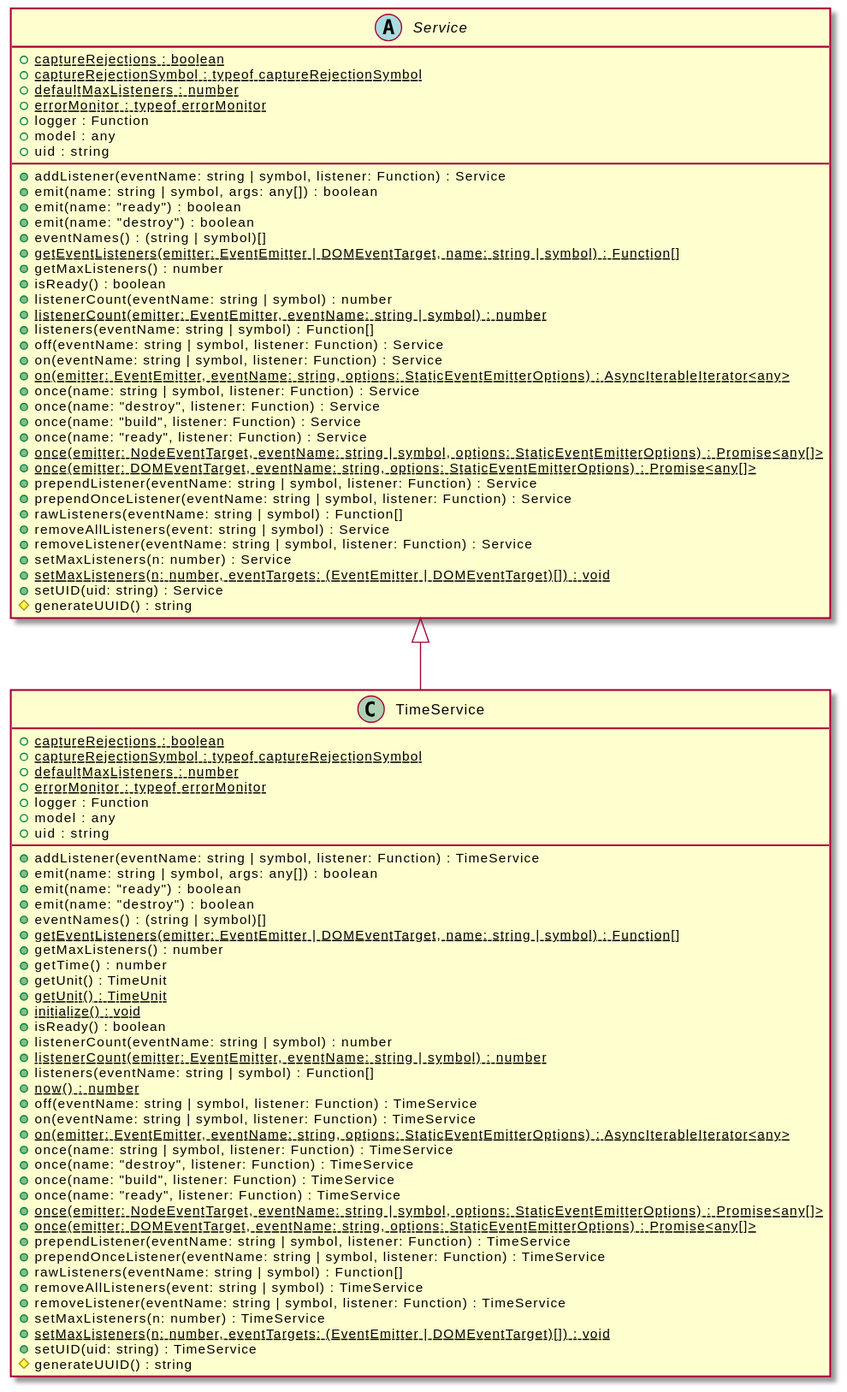
The PlantUML diagram assets/TimeService-umlClassDiagram-8049.svg in OpenHPS/openhps-core, before a commit. The source it was exported from:
```plantuml
@startuml
skinparam BackgroundColor transparent
hide empty methods
hide empty fields
class "TimeService" {
    {static} +captureRejections : boolean
    {static} +captureRejectionSymbol : typeof captureRejectionSymbol
    {static} +defaultMaxListeners : number
    {static} +errorMonitor : typeof errorMonitor
    +logger : Function
    +model : any
    +uid : string
    +addListener(eventName: string | symbol, listener: Function) : TimeService
    +emit(name: string | symbol, args: any[]) : boolean
    +emit(name: "ready") : boolean
    +emit(name: "destroy") : boolean
    +eventNames() : (string | symbol)[]
    {static} +getEventListeners(emitter: EventEmitter | DOMEventTarget, name: string | symbol) : Function[]
    +getMaxListeners() : number
    +getTime() : number
    +getUnit() : TimeUnit
    {static} +getUnit() : TimeUnit
    {static} +initialize() : void
    +isReady() : boolean
    +listenerCount(eventName: string | symbol) : number
    {static} +listenerCount(emitter: EventEmitter, eventName: string | symbol) : number
    +listeners(eventName: string | symbol) : Function[]
    {static} +now() : number
    +off(eventName: string | symbol, listener: Function) : TimeService
    +on(eventName: string | symbol, listener: Function) : TimeService
    {static} +on(emitter: EventEmitter, eventName: string, options: StaticEventEmitterOptions) : AsyncIterableIterator<any>
    +once(name: string | symbol, listener: Function) : TimeService
    +once(name: "destroy", listener: Function) : TimeService
    +once(name: "build", listener: Function) : TimeService
    +once(name: "ready", listener: Function) : TimeService
    {static} +once(emitter: NodeEventTarget, eventName: string | symbol, options: StaticEventEmitterOptions) : Promise<any[]>
    {static} +once(emitter: DOMEventTarget, eventName: string, options: StaticEventEmitterOptions) : Promise<any[]>
    +prependListener(eventName: string | symbol, listener: Function) : TimeService
    +prependOnceListener(eventName: string | symbol, listener: Function) : TimeService
    +rawListeners(eventName: string | symbol) : Function[]
    +removeAllListeners(event: string | symbol) : TimeService
    +removeListener(eventName: string | symbol, listener: Function) : TimeService
    +setMaxListeners(n: number) : TimeService
    {static} +setMaxListeners(n: number, eventTargets: (EventEmitter | DOMEventTarget)[]) : void
    +setUID(uid: string) : TimeService
    #generateUUID() : string
}
abstract class "Service" {
    {static} +captureRejections : boolean
    {static} +captureRejectionSymbol : typeof captureRejectionSymbol
    {static} +defaultMaxListeners : number
    {static} +errorMonitor : typeof errorMonitor
    +logger : Function
    +model : any
    +uid : string
    +addListener(eventName: string | symbol, listener: Function) : Service
    +emit(name: string | symbol, args: any[]) : boolean
    +emit(name: "ready") : boolean
    +emit(name: "destroy") : boolean
    +eventNames() : (string | symbol)[]
    {static} +getEventListeners(emitter: EventEmitter | DOMEventTarget, name: string | symbol) : Function[]
    +getMaxListeners() : number
    +isReady() : boolean
    +listenerCount(eventName: string | symbol) : number
    {static} +listenerCount(emitter: EventEmitter, eventName: string | symbol) : number
    +listeners(eventName: string | symbol) : Function[]
    +off(eventName: string | symbol, listener: Function) : Service
    +on(eventName: string | symbol, listener: Function) : Service
    {static} +on(emitter: EventEmitter, eventName: string, options: StaticEventEmitterOptions) : AsyncIterableIterator<any>
    +once(name: string | symbol, listener: Function) : Service
    +once(name: "destroy", listener: Function) : Service
    +once(name: "build", listener: Function) : Service
    +once(name: "ready", listener: Function) : Service
    {static} +once(emitter: NodeEventTarget, eventName: string | symbol, options: StaticEventEmitterOptions) : Promise<any[]>
    {static} +once(emitter: DOMEventTarget, eventName: string, options: StaticEventEmitterOptions) : Promise<any[]>
    +prependListener(eventName: string | symbol, listener: Function) : Service
    +prependOnceListener(eventName: string | symbol, listener: Function) : Service
    +rawListeners(eventName: string | symbol) : Function[]
    +removeAllListeners(event: string | symbol) : Service
    +removeListener(eventName: string | symbol, listener: Function) : Service
    +setMaxListeners(n: number) : Service
    {static} +setMaxListeners(n: number, eventTargets: (EventEmitter | DOMEventTarget)[]) : void
    +setUID(uid: string) : Service
    #generateUUID() : string
}
"Service" <|-- "TimeService"
@enduml
```
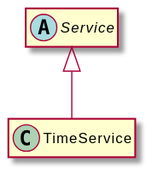
Above is the later version.

The edit, as a diff of the source:
```diff
@@ -3,85 +3,8 @@
 hide empty methods
 hide empty fields
 class "TimeService" {
-    {static} +captureRejections : boolean
-    {static} +captureRejectionSymbol : typeof captureRejectionSymbol
-    {static} +defaultMaxListeners : number
-    {static} +errorMonitor : typeof errorMonitor
-    +logger : Function
-    +model : any
-    +uid : string
-    +addListener(eventName: string | symbol, listener: Function) : TimeService
-    +emit(name: string | symbol, args: any[]) : boolean
-    +emit(name: "ready") : boolean
-    +emit(name: "destroy") : boolean
-    +eventNames() : (string | symbol)[]
-    {static} +getEventListeners(emitter: EventEmitter | DOMEventTarget, name: string | symbol) : Function[]
-    +getMaxListeners() : number
-    +getTime() : number
-    +getUnit() : TimeUnit
-    {static} +getUnit() : TimeUnit
-    {static} +initialize() : void
-    +isReady() : boolean
-    +listenerCount(eventName: string | symbol) : number
-    {static} +listenerCount(emitter: EventEmitter, eventName: string | symbol) : number
-    +listeners(eventName: string | symbol) : Function[]
-    {static} +now() : number
-    +off(eventName: string | symbol, listener: Function) : TimeService
-    +on(eventName: string | symbol, listener: Function) : TimeService
-    {static} +on(emitter: EventEmitter, eventName: string, options: StaticEventEmitterOptions) : AsyncIterableIterator<any>
-    +once(name: string | symbol, listener: Function) : TimeService
-    +once(name: "destroy", listener: Function) : TimeService
-    +once(name: "build", listener: Function) : TimeService
-    +once(name: "ready", listener: Function) : TimeService
-    {static} +once(emitter: NodeEventTarget, eventName: string | symbol, options: StaticEventEmitterOptions) : Promise<any[]>
-    {static} +once(emitter: DOMEventTarget, eventName: string, options: StaticEventEmitterOptions) : Promise<any[]>
-    +prependListener(eventName: string | symbol, listener: Function) : TimeService
-    +prependOnceListener(eventName: string | symbol, listener: Function) : TimeService
-    +rawListeners(eventName: string | symbol) : Function[]
-    +removeAllListeners(event: string | symbol) : TimeService
-    +removeListener(eventName: string | symbol, listener: Function) : TimeService
-    +setMaxListeners(n: number) : TimeService
-    {static} +setMaxListeners(n: number, eventTargets: (EventEmitter | DOMEventTarget)[]) : void
-    +setUID(uid: string) : TimeService
-    #generateUUID() : string
 }
 abstract class "Service" {
-    {static} +captureRejections : boolean
-    {static} +captureRejectionSymbol : typeof captureRejectionSymbol
-    {static} +defaultMaxListeners : number
-    {static} +errorMonitor : typeof errorMonitor
-    +logger : Function
-    +model : any
-    +uid : string
-    +addListener(eventName: string | symbol, listener: Function) : Service
-    +emit(name: string | symbol, args: any[]) : boolean
-    +emit(name: "ready") : boolean
-    +emit(name: "destroy") : boolean
-    +eventNames() : (string | symbol)[]
-    {static} +getEventListeners(emitter: EventEmitter | DOMEventTarget, name: string | symbol) : Function[]
-    +getMaxListeners() : number
-    +isReady() : boolean
-    +listenerCount(eventName: string | symbol) : number
-    {static} +listenerCount(emitter: EventEmitter, eventName: string | symbol) : number
-    +listeners(eventName: string | symbol) : Function[]
-    +off(eventName: string | symbol, listener: Function) : Service
-    +on(eventName: string | symbol, listener: Function) : Service
-    {static} +on(emitter: EventEmitter, eventName: string, options: StaticEventEmitterOptions) : AsyncIterableIterator<any>
-    +once(name: string | symbol, listener: Function) : Service
-    +once(name: "destroy", listener: Function) : Service
-    +once(name: "build", listener: Function) : Service
-    +once(name: "ready", listener: Function) : Service
-    {static} +once(emitter: NodeEventTarget, eventName: string | symbol, options: StaticEventEmitterOptions) : Promise<any[]>
-    {static} +once(emitter: DOMEventTarget, eventName: string, options: StaticEventEmitterOptions) : Promise<any[]>
-    +prependListener(eventName: string | symbol, listener: Function) : Service
-    +prependOnceListener(eventName: string | symbol, listener: Function) : Service
-    +rawListeners(eventName: string | symbol) : Function[]
-    +removeAllListeners(event: string | symbol) : Service
-    +removeListener(eventName: string | symbol, listener: Function) : Service
-    +setMaxListeners(n: number) : Service
-    {static} +setMaxListeners(n: number, eventTargets: (EventEmitter | DOMEventTarget)[]) : void
-    +setUID(uid: string) : Service
-    #generateUUID() : string
 }
 "Service" <|-- "TimeService"
 @enduml
```
